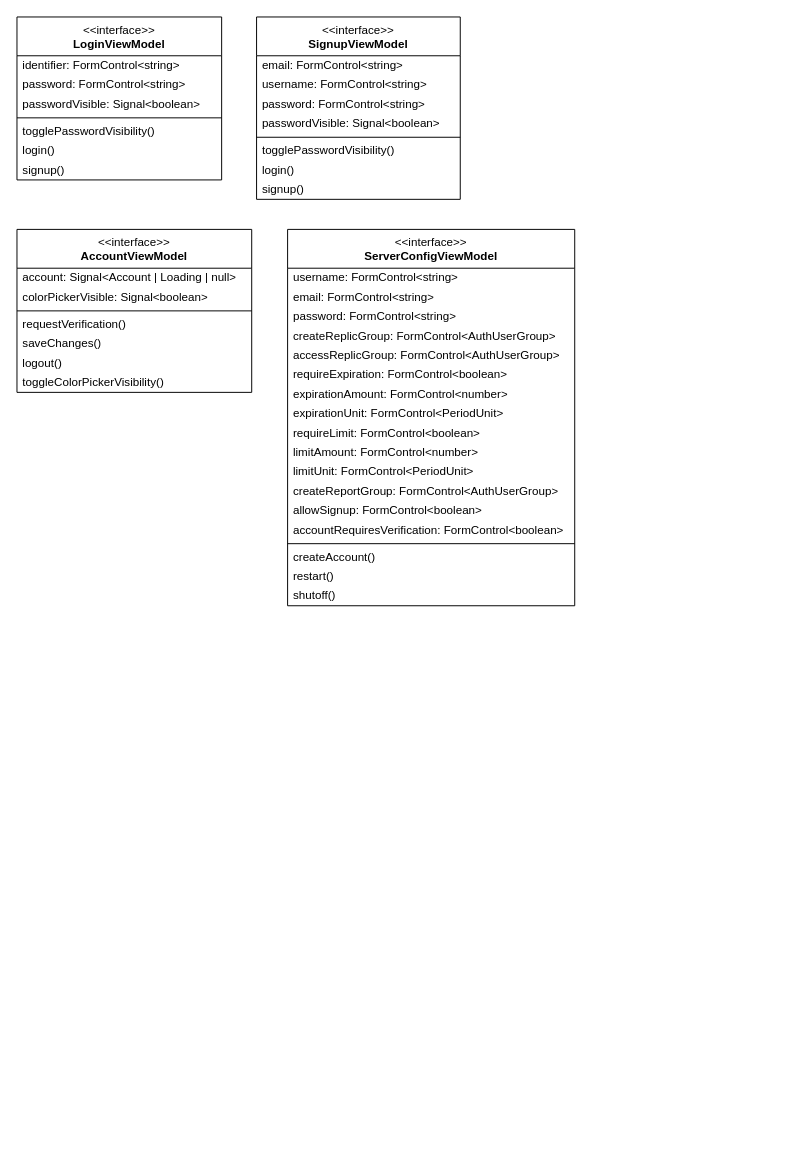
replic-read/design keeps this draw.io diagram as content/drawio/class/client/passive-viewmodel.drawio. Above is the earlier version. Source tidied: cells renumbered, new cells numbered last; positions are measured from the earlier drawing's top-left corner, leaving out a move shared by most shapes. Both pictures are drawn from the tidied source at 97%, with x=0, y=0 at pixel (16, 16).
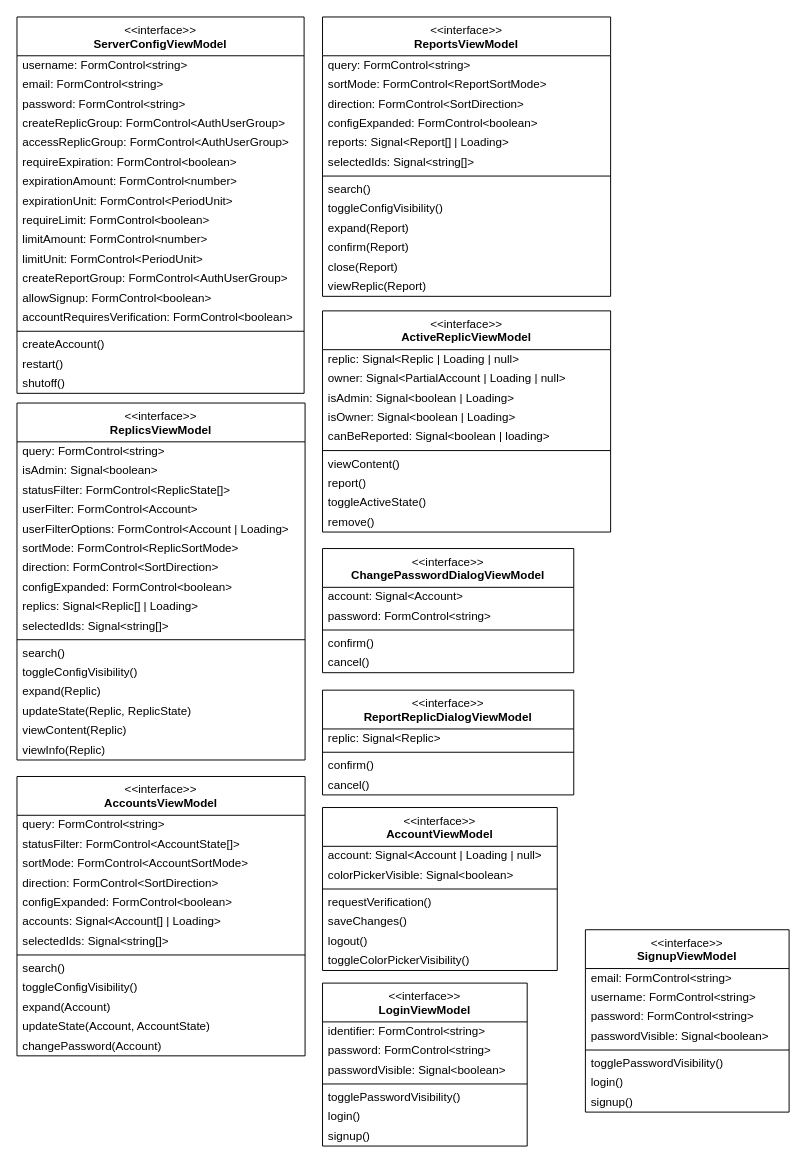
The same diagram, later.

Commit message (it also covers changes not shown here):
Added class-diagram for passive viewmodels and added paragraph for viewmodel interfaces

The edit, as a diff of the source:
```diff
@@
     <mxCell id="2" value="&amp;lt;&amp;lt;interface&amp;gt;&amp;gt;&lt;br&gt;&lt;b&gt;LoginViewModel&lt;/b&gt;" style="swimlane;fontStyle=0;align=center;verticalAlign=top;horizontal=1;startSize=40;html=1;whiteSpace=wrap;" parent="1" vertex="1">
-      <mxGeometry width="211" height="168" as="geometry" />
+      <mxGeometry x="315" y="996" width="211" height="168" as="geometry" />
     </mxCell>
@@
     <mxCell id="10" value="&amp;lt;&amp;lt;interface&amp;gt;&amp;gt;&lt;br&gt;&lt;b&gt;SignupViewModel&lt;/b&gt;" style="swimlane;fontStyle=0;align=center;verticalAlign=top;horizontal=1;startSize=40;html=1;whiteSpace=wrap;" parent="1" vertex="1">
-      <mxGeometry x="247" width="210" height="188" as="geometry" />
+      <mxGeometry x="586" y="941" width="210" height="188" as="geometry" />
     </mxCell>
@@
     <mxCell id="19" value="&amp;lt;&amp;lt;interface&amp;gt;&amp;gt;&lt;br&gt;&lt;b&gt;AccountViewModel&lt;/b&gt;" style="swimlane;fontStyle=0;align=center;verticalAlign=top;horizontal=1;startSize=40;html=1;whiteSpace=wrap;" parent="1" vertex="1">
-      <mxGeometry y="219" width="242" height="168" as="geometry" />
+      <mxGeometry x="315" y="815" width="242" height="168" as="geometry" />
     </mxCell>
@@
     <mxCell id="27" value="&amp;lt;&amp;lt;interface&amp;gt;&amp;gt;&lt;br&gt;&lt;b&gt;ServerConfigViewModel&lt;/b&gt;" style="swimlane;fontStyle=0;align=center;verticalAlign=top;horizontal=1;startSize=40;html=1;whiteSpace=wrap;" parent="1" vertex="1">
-      <mxGeometry x="279" y="219" width="296" height="388" as="geometry" />
+      <mxGeometry width="296" height="388" as="geometry" />
     </mxCell>
@@
+    <mxCell id="46" value="&amp;lt;&amp;lt;interface&amp;gt;&amp;gt;&lt;br&gt;&lt;b&gt;ReplicsViewModel&lt;/b&gt;" style="swimlane;fontStyle=0;align=center;verticalAlign=top;horizontal=1;startSize=40;html=1;whiteSpace=wrap;" parent="1" vertex="1">
+      <mxGeometry y="398" width="297" height="368" as="geometry" />
+    </mxCell>
+    <mxCell id="47" value="query: FormControl&amp;lt;string&amp;gt;" style="text;html=1;strokeColor=none;fillColor=none;align=left;verticalAlign=middle;spacingLeft=4;spacingRight=4;overflow=hidden;whiteSpace=wrap;" parent="46" vertex="1">
+      <mxGeometry y="40" width="297" height="20" as="geometry" />
+    </mxCell>
+    <mxCell id="48" value="isAdmin: Signal&amp;lt;boolean&amp;gt;" style="text;html=1;strokeColor=none;fillColor=none;align=left;verticalAlign=middle;spacingLeft=4;spacingRight=4;overflow=hidden;whiteSpace=wrap;" parent="46" vertex="1">
+      <mxGeometry y="60" width="297" height="20" as="geometry" />
+    </mxCell>
+    <mxCell id="49" value="statusFilter: FormControl&amp;lt;ReplicState[]&amp;gt;" style="text;html=1;strokeColor=none;fillColor=none;align=left;verticalAlign=middle;spacingLeft=4;spacingRight=4;overflow=hidden;whiteSpace=wrap;" parent="46" vertex="1">
+      <mxGeometry y="80" width="297" height="20" as="geometry" />
+    </mxCell>
+    <mxCell id="50" value="userFilter: FormControl&amp;lt;Account&amp;gt;" style="text;html=1;strokeColor=none;fillColor=none;align=left;verticalAlign=middle;spacingLeft=4;spacingRight=4;overflow=hidden;whiteSpace=wrap;" parent="46" vertex="1">
+      <mxGeometry y="100" width="297" height="20" as="geometry" />
+    </mxCell>
+    <mxCell id="51" value="userFilterOptions: FormControl&amp;lt;Account | Loading&amp;gt;" style="text;html=1;strokeColor=none;fillColor=none;align=left;verticalAlign=middle;spacingLeft=4;spacingRight=4;overflow=hidden;whiteSpace=wrap;" parent="46" vertex="1">
+      <mxGeometry y="120" width="297" height="20" as="geometry" />
+    </mxCell>
+    <mxCell id="52" value="sortMode: FormControl&amp;lt;ReplicSortMode&amp;gt;" style="text;html=1;strokeColor=none;fillColor=none;align=left;verticalAlign=middle;spacingLeft=4;spacingRight=4;overflow=hidden;whiteSpace=wrap;" parent="46" vertex="1">
+      <mxGeometry y="140" width="297" height="20" as="geometry" />
+    </mxCell>
+    <mxCell id="53" value="direction: FormControl&amp;lt;SortDirection&amp;gt;" style="text;html=1;strokeColor=none;fillColor=none;align=left;verticalAlign=middle;spacingLeft=4;spacingRight=4;overflow=hidden;whiteSpace=wrap;" parent="46" vertex="1">
+      <mxGeometry y="160" width="297" height="20" as="geometry" />
+    </mxCell>
+    <mxCell id="54" value="configExpanded: FormControl&amp;lt;boolean&amp;gt;" style="text;html=1;strokeColor=none;fillColor=none;align=left;verticalAlign=middle;spacingLeft=4;spacingRight=4;overflow=hidden;whiteSpace=wrap;" parent="46" vertex="1">
+      <mxGeometry y="180" width="297" height="20" as="geometry" />
+    </mxCell>
+    <mxCell id="55" value="replics: Signal&amp;lt;Replic[] | Loading&amp;gt;" style="text;html=1;strokeColor=none;fillColor=none;align=left;verticalAlign=middle;spacingLeft=4;spacingRight=4;overflow=hidden;whiteSpace=wrap;" parent="46" vertex="1">
+      <mxGeometry y="200" width="297" height="20" as="geometry" />
+    </mxCell>
+    <mxCell id="56" value="selectedIds: Signal&amp;lt;string[]&amp;gt;" style="text;html=1;strokeColor=none;fillColor=none;align=left;verticalAlign=middle;spacingLeft=4;spacingRight=4;overflow=hidden;whiteSpace=wrap;" parent="46" vertex="1">
+      <mxGeometry y="220" width="297" height="20" as="geometry" />
+    </mxCell>
+    <mxCell id="57" style="line;strokeWidth=1;fillColor=none;align=left;verticalAlign=middle;spacingTop=-1;spacingLeft=3;spacingRight=3;labelPosition=right;" parent="46" vertex="1">
+      <mxGeometry y="240" width="297" height="8" as="geometry" />
+    </mxCell>
+    <mxCell id="58" value="search()" style="text;html=1;strokeColor=none;fillColor=none;align=left;verticalAlign=middle;spacingLeft=4;spacingRight=4;overflow=hidden;whiteSpace=wrap;" parent="46" vertex="1">
+      <mxGeometry y="248" width="297" height="20" as="geometry" />
+    </mxCell>
+    <mxCell id="59" value="toggleConfigVisibility()" style="text;html=1;strokeColor=none;fillColor=none;align=left;verticalAlign=middle;spacingLeft=4;spacingRight=4;overflow=hidden;whiteSpace=wrap;" parent="46" vertex="1">
+      <mxGeometry y="268" width="297" height="20" as="geometry" />
+    </mxCell>
+    <mxCell id="60" value="expand(Replic)" style="text;html=1;strokeColor=none;fillColor=none;align=left;verticalAlign=middle;spacingLeft=4;spacingRight=4;overflow=hidden;whiteSpace=wrap;" parent="46" vertex="1">
+      <mxGeometry y="288" width="297" height="20" as="geometry" />
+    </mxCell>
+    <mxCell id="61" value="updateState(Replic, ReplicState)" style="text;html=1;strokeColor=none;fillColor=none;align=left;verticalAlign=middle;spacingLeft=4;spacingRight=4;overflow=hidden;whiteSpace=wrap;" parent="46" vertex="1">
+      <mxGeometry y="308" width="297" height="20" as="geometry" />
+    </mxCell>
+    <mxCell id="62" value="viewContent(Replic)" style="text;html=1;strokeColor=none;fillColor=none;align=left;verticalAlign=middle;spacingLeft=4;spacingRight=4;overflow=hidden;whiteSpace=wrap;" parent="46" vertex="1">
+      <mxGeometry y="328" width="297" height="20" as="geometry" />
+    </mxCell>
+    <mxCell id="63" value="viewInfo(Replic)" style="text;html=1;strokeColor=none;fillColor=none;align=left;verticalAlign=middle;spacingLeft=4;spacingRight=4;overflow=hidden;whiteSpace=wrap;" parent="46" vertex="1">
+      <mxGeometry y="348" width="297" height="20" as="geometry" />
+    </mxCell>
+    <mxCell id="64" value="&amp;lt;&amp;lt;interface&amp;gt;&amp;gt;&lt;br&gt;&lt;b&gt;AccountsViewModel&lt;/b&gt;" style="swimlane;fontStyle=0;align=center;verticalAlign=top;horizontal=1;startSize=40;html=1;whiteSpace=wrap;" parent="1" vertex="1">
+      <mxGeometry y="783" width="297" height="288" as="geometry" />
+    </mxCell>
+    <mxCell id="65" value="query: FormControl&amp;lt;string&amp;gt;" style="text;html=1;strokeColor=none;fillColor=none;align=left;verticalAlign=middle;spacingLeft=4;spacingRight=4;overflow=hidden;whiteSpace=wrap;" parent="64" vertex="1">
+      <mxGeometry y="40" width="297" height="20" as="geometry" />
+    </mxCell>
+    <mxCell id="66" value="statusFilter: FormControl&amp;lt;AccountState[]&amp;gt;" style="text;html=1;strokeColor=none;fillColor=none;align=left;verticalAlign=middle;spacingLeft=4;spacingRight=4;overflow=hidden;whiteSpace=wrap;" parent="64" vertex="1">
+      <mxGeometry y="60" width="297" height="20" as="geometry" />
+    </mxCell>
+    <mxCell id="67" value="sortMode: FormControl&amp;lt;AccountSortMode&amp;gt;" style="text;html=1;strokeColor=none;fillColor=none;align=left;verticalAlign=middle;spacingLeft=4;spacingRight=4;overflow=hidden;whiteSpace=wrap;" parent="64" vertex="1">
+      <mxGeometry y="80" width="297" height="20" as="geometry" />
+    </mxCell>
+    <mxCell id="68" value="direction: FormControl&amp;lt;SortDirection&amp;gt;" style="text;html=1;strokeColor=none;fillColor=none;align=left;verticalAlign=middle;spacingLeft=4;spacingRight=4;overflow=hidden;whiteSpace=wrap;" parent="64" vertex="1">
+      <mxGeometry y="100" width="297" height="20" as="geometry" />
+    </mxCell>
+    <mxCell id="69" value="configExpanded: FormControl&amp;lt;boolean&amp;gt;" style="text;html=1;strokeColor=none;fillColor=none;align=left;verticalAlign=middle;spacingLeft=4;spacingRight=4;overflow=hidden;whiteSpace=wrap;" parent="64" vertex="1">
+      <mxGeometry y="120" width="297" height="20" as="geometry" />
+    </mxCell>
+    <mxCell id="70" value="accounts: Signal&amp;lt;Account[] | Loading&amp;gt;" style="text;html=1;strokeColor=none;fillColor=none;align=left;verticalAlign=middle;spacingLeft=4;spacingRight=4;overflow=hidden;whiteSpace=wrap;" parent="64" vertex="1">
+      <mxGeometry y="140" width="297" height="20" as="geometry" />
+    </mxCell>
+    <mxCell id="71" value="selectedIds: Signal&amp;lt;string[]&amp;gt;" style="text;html=1;strokeColor=none;fillColor=none;align=left;verticalAlign=middle;spacingLeft=4;spacingRight=4;overflow=hidden;whiteSpace=wrap;" parent="64" vertex="1">
+      <mxGeometry y="160" width="297" height="20" as="geometry" />
+    </mxCell>
+    <mxCell id="72" style="line;strokeWidth=1;fillColor=none;align=left;verticalAlign=middle;spacingTop=-1;spacingLeft=3;spacingRight=3;labelPosition=right;" parent="64" vertex="1">
+      <mxGeometry y="180" width="297" height="8" as="geometry" />
+    </mxCell>
+    <mxCell id="73" value="search()" style="text;html=1;strokeColor=none;fillColor=none;align=left;verticalAlign=middle;spacingLeft=4;spacingRight=4;overflow=hidden;whiteSpace=wrap;" parent="64" vertex="1">
+      <mxGeometry y="188" width="297" height="20" as="geometry" />
+    </mxCell>
+    <mxCell id="74" value="toggleConfigVisibility()" style="text;html=1;strokeColor=none;fillColor=none;align=left;verticalAlign=middle;spacingLeft=4;spacingRight=4;overflow=hidden;whiteSpace=wrap;" parent="64" vertex="1">
+      <mxGeometry y="208" width="297" height="20" as="geometry" />
+    </mxCell>
+    <mxCell id="75" value="expand(Account)" style="text;html=1;strokeColor=none;fillColor=none;align=left;verticalAlign=middle;spacingLeft=4;spacingRight=4;overflow=hidden;whiteSpace=wrap;" parent="64" vertex="1">
+      <mxGeometry y="228" width="297" height="20" as="geometry" />
+    </mxCell>
+    <mxCell id="76" value="updateState(Account, AccountState)" style="text;html=1;strokeColor=none;fillColor=none;align=left;verticalAlign=middle;spacingLeft=4;spacingRight=4;overflow=hidden;whiteSpace=wrap;" parent="64" vertex="1">
+      <mxGeometry y="248" width="297" height="20" as="geometry" />
+    </mxCell>
+    <mxCell id="77" value="changePassword(Account)" style="text;html=1;strokeColor=none;fillColor=none;align=left;verticalAlign=middle;spacingLeft=4;spacingRight=4;overflow=hidden;whiteSpace=wrap;" parent="64" vertex="1">
+      <mxGeometry y="268" width="297" height="20" as="geometry" />
+    </mxCell>
+    <mxCell id="78" value="&amp;lt;&amp;lt;interface&amp;gt;&amp;gt;&lt;br&gt;&lt;b&gt;ReportsViewModel&lt;/b&gt;" style="swimlane;fontStyle=0;align=center;verticalAlign=top;horizontal=1;startSize=40;html=1;whiteSpace=wrap;" parent="1" vertex="1">
+      <mxGeometry x="315" width="297" height="288" as="geometry" />
+    </mxCell>
+    <mxCell id="79" value="query: FormControl&amp;lt;string&amp;gt;" style="text;html=1;strokeColor=none;fillColor=none;align=left;verticalAlign=middle;spacingLeft=4;spacingRight=4;overflow=hidden;whiteSpace=wrap;" parent="78" vertex="1">
+      <mxGeometry y="40" width="297" height="20" as="geometry" />
+    </mxCell>
+    <mxCell id="80" value="sortMode: FormControl&amp;lt;ReportSortMode&amp;gt;" style="text;html=1;strokeColor=none;fillColor=none;align=left;verticalAlign=middle;spacingLeft=4;spacingRight=4;overflow=hidden;whiteSpace=wrap;" parent="78" vertex="1">
+      <mxGeometry y="60" width="297" height="20" as="geometry" />
+    </mxCell>
+    <mxCell id="81" value="direction: FormControl&amp;lt;SortDirection&amp;gt;" style="text;html=1;strokeColor=none;fillColor=none;align=left;verticalAlign=middle;spacingLeft=4;spacingRight=4;overflow=hidden;whiteSpace=wrap;" parent="78" vertex="1">
+      <mxGeometry y="80" width="297" height="20" as="geometry" />
+    </mxCell>
+    <mxCell id="82" value="configExpanded: FormControl&amp;lt;boolean&amp;gt;" style="text;html=1;strokeColor=none;fillColor=none;align=left;verticalAlign=middle;spacingLeft=4;spacingRight=4;overflow=hidden;whiteSpace=wrap;" parent="78" vertex="1">
+      <mxGeometry y="100" width="297" height="20" as="geometry" />
+    </mxCell>
+    <mxCell id="83" value="reports: Signal&amp;lt;Report[] | Loading&amp;gt;" style="text;html=1;strokeColor=none;fillColor=none;align=left;verticalAlign=middle;spacingLeft=4;spacingRight=4;overflow=hidden;whiteSpace=wrap;" parent="78" vertex="1">
+      <mxGeometry y="120" width="297" height="20" as="geometry" />
+    </mxCell>
+    <mxCell id="84" value="selectedIds: Signal&amp;lt;string[]&amp;gt;" style="text;html=1;strokeColor=none;fillColor=none;align=left;verticalAlign=middle;spacingLeft=4;spacingRight=4;overflow=hidden;whiteSpace=wrap;" parent="78" vertex="1">
+      <mxGeometry y="140" width="297" height="20" as="geometry" />
+    </mxCell>
+    <mxCell id="85" style="line;strokeWidth=1;fillColor=none;align=left;verticalAlign=middle;spacingTop=-1;spacingLeft=3;spacingRight=3;labelPosition=right;" parent="78" vertex="1">
+      <mxGeometry y="160" width="297" height="8" as="geometry" />
+    </mxCell>
+    <mxCell id="86" value="search()" style="text;html=1;strokeColor=none;fillColor=none;align=left;verticalAlign=middle;spacingLeft=4;spacingRight=4;overflow=hidden;whiteSpace=wrap;" parent="78" vertex="1">
+      <mxGeometry y="168" width="297" height="20" as="geometry" />
+    </mxCell>
+    <mxCell id="87" value="toggleConfigVisibility()" style="text;html=1;strokeColor=none;fillColor=none;align=left;verticalAlign=middle;spacingLeft=4;spacingRight=4;overflow=hidden;whiteSpace=wrap;" parent="78" vertex="1">
+      <mxGeometry y="188" width="297" height="20" as="geometry" />
+    </mxCell>
+    <mxCell id="88" value="expand(Report)" style="text;html=1;strokeColor=none;fillColor=none;align=left;verticalAlign=middle;spacingLeft=4;spacingRight=4;overflow=hidden;whiteSpace=wrap;" parent="78" vertex="1">
+      <mxGeometry y="208" width="297" height="20" as="geometry" />
+    </mxCell>
+    <mxCell id="89" value="confirm(Report)" style="text;html=1;strokeColor=none;fillColor=none;align=left;verticalAlign=middle;spacingLeft=4;spacingRight=4;overflow=hidden;whiteSpace=wrap;" parent="78" vertex="1">
+      <mxGeometry y="228" width="297" height="20" as="geometry" />
+    </mxCell>
+    <mxCell id="90" value="close(Report)" style="text;html=1;strokeColor=none;fillColor=none;align=left;verticalAlign=middle;spacingLeft=4;spacingRight=4;overflow=hidden;whiteSpace=wrap;" parent="78" vertex="1">
+      <mxGeometry y="248" width="297" height="20" as="geometry" />
+    </mxCell>
+    <mxCell id="91" value="viewReplic(Report)" style="text;html=1;strokeColor=none;fillColor=none;align=left;verticalAlign=middle;spacingLeft=4;spacingRight=4;overflow=hidden;whiteSpace=wrap;" parent="78" vertex="1">
+      <mxGeometry y="268" width="297" height="20" as="geometry" />
+    </mxCell>
+    <mxCell id="92" value="&amp;lt;&amp;lt;interface&amp;gt;&amp;gt;&lt;br&gt;&lt;b&gt;ActiveReplicViewModel&lt;/b&gt;" style="swimlane;fontStyle=0;align=center;verticalAlign=top;horizontal=1;startSize=40;html=1;whiteSpace=wrap;" parent="1" vertex="1">
+      <mxGeometry x="315" y="303" width="297" height="228" as="geometry" />
+    </mxCell>
+    <mxCell id="93" value="replic: Signal&amp;lt;Replic | Loading | null&amp;gt;" style="text;html=1;strokeColor=none;fillColor=none;align=left;verticalAlign=middle;spacingLeft=4;spacingRight=4;overflow=hidden;whiteSpace=wrap;" parent="92" vertex="1">
+      <mxGeometry y="40" width="297" height="20" as="geometry" />
+    </mxCell>
+    <mxCell id="94" value="owner: Signal&amp;lt;PartialAccount | Loading | null&amp;gt;" style="text;html=1;strokeColor=none;fillColor=none;align=left;verticalAlign=middle;spacingLeft=4;spacingRight=4;overflow=hidden;whiteSpace=wrap;" parent="92" vertex="1">
+      <mxGeometry y="60" width="297" height="20" as="geometry" />
+    </mxCell>
+    <mxCell id="95" value="isAdmin: Signal&amp;lt;boolean | Loading&amp;gt;" style="text;html=1;strokeColor=none;fillColor=none;align=left;verticalAlign=middle;spacingLeft=4;spacingRight=4;overflow=hidden;whiteSpace=wrap;" parent="92" vertex="1">
+      <mxGeometry y="80" width="297" height="20" as="geometry" />
+    </mxCell>
+    <mxCell id="96" value="isOwner: Signal&amp;lt;boolean | Loading&amp;gt;" style="text;html=1;strokeColor=none;fillColor=none;align=left;verticalAlign=middle;spacingLeft=4;spacingRight=4;overflow=hidden;whiteSpace=wrap;" parent="92" vertex="1">
+      <mxGeometry y="100" width="297" height="20" as="geometry" />
+    </mxCell>
+    <mxCell id="97" value="canBeReported: Signal&amp;lt;boolean | loading&amp;gt;" style="text;html=1;strokeColor=none;fillColor=none;align=left;verticalAlign=middle;spacingLeft=4;spacingRight=4;overflow=hidden;whiteSpace=wrap;" parent="92" vertex="1">
+      <mxGeometry y="120" width="297" height="20" as="geometry" />
+    </mxCell>
+    <mxCell id="98" style="line;strokeWidth=1;fillColor=none;align=left;verticalAlign=middle;spacingTop=-1;spacingLeft=3;spacingRight=3;labelPosition=right;" parent="92" vertex="1">
+      <mxGeometry y="140" width="297" height="8" as="geometry" />
+    </mxCell>
+    <mxCell id="99" value="viewContent()" style="text;html=1;strokeColor=none;fillColor=none;align=left;verticalAlign=middle;spacingLeft=4;spacingRight=4;overflow=hidden;whiteSpace=wrap;" parent="92" vertex="1">
+      <mxGeometry y="148" width="297" height="20" as="geometry" />
+    </mxCell>
+    <mxCell id="100" value="report()" style="text;html=1;strokeColor=none;fillColor=none;align=left;verticalAlign=middle;spacingLeft=4;spacingRight=4;overflow=hidden;whiteSpace=wrap;" parent="92" vertex="1">
+      <mxGeometry y="168" width="297" height="20" as="geometry" />
+    </mxCell>
+    <mxCell id="101" value="toggleActiveState()" style="text;html=1;strokeColor=none;fillColor=none;align=left;verticalAlign=middle;spacingLeft=4;spacingRight=4;overflow=hidden;whiteSpace=wrap;" parent="92" vertex="1">
+      <mxGeometry y="188" width="297" height="20" as="geometry" />
+    </mxCell>
+    <mxCell id="102" value="remove()" style="text;html=1;strokeColor=none;fillColor=none;align=left;verticalAlign=middle;spacingLeft=4;spacingRight=4;overflow=hidden;whiteSpace=wrap;" parent="92" vertex="1">
+      <mxGeometry y="208" width="297" height="20" as="geometry" />
+    </mxCell>
+    <mxCell id="103" value="&amp;lt;&amp;lt;interface&amp;gt;&amp;gt;&lt;br&gt;&lt;b&gt;ChangePasswordDialogViewModel&lt;/b&gt;" style="swimlane;fontStyle=0;align=center;verticalAlign=top;horizontal=1;startSize=40;html=1;whiteSpace=wrap;" parent="1" vertex="1">
+      <mxGeometry x="315" y="548" width="259" height="128" as="geometry" />
+    </mxCell>
+    <mxCell id="104" value="account: Signal&amp;lt;Account&amp;gt;" style="text;html=1;strokeColor=none;fillColor=none;align=left;verticalAlign=middle;spacingLeft=4;spacingRight=4;overflow=hidden;whiteSpace=wrap;" parent="103" vertex="1">
+      <mxGeometry y="40" width="259" height="20" as="geometry" />
+    </mxCell>
+    <mxCell id="105" value="password: FormControl&amp;lt;string&amp;gt;" style="text;html=1;strokeColor=none;fillColor=none;align=left;verticalAlign=middle;spacingLeft=4;spacingRight=4;overflow=hidden;whiteSpace=wrap;" parent="103" vertex="1">
+      <mxGeometry y="60" width="259" height="20" as="geometry" />
+    </mxCell>
+    <mxCell id="106" style="line;strokeWidth=1;fillColor=none;align=left;verticalAlign=middle;spacingTop=-1;spacingLeft=3;spacingRight=3;labelPosition=right;" parent="103" vertex="1">
+      <mxGeometry y="80" width="259" height="8" as="geometry" />
+    </mxCell>
+    <mxCell id="107" value="confirm()" style="text;html=1;strokeColor=none;fillColor=none;align=left;verticalAlign=middle;spacingLeft=4;spacingRight=4;overflow=hidden;whiteSpace=wrap;" parent="103" vertex="1">
+      <mxGeometry y="88" width="259" height="20" as="geometry" />
+    </mxCell>
+    <mxCell id="108" value="cancel()" style="text;html=1;strokeColor=none;fillColor=none;align=left;verticalAlign=middle;spacingLeft=4;spacingRight=4;overflow=hidden;whiteSpace=wrap;" parent="103" vertex="1">
+      <mxGeometry y="108" width="259" height="20" as="geometry" />
+    </mxCell>
+    <mxCell id="109" value="&amp;lt;&amp;lt;interface&amp;gt;&amp;gt;&lt;br&gt;&lt;b&gt;ReportReplicDialogViewModel&lt;/b&gt;" style="swimlane;fontStyle=0;align=center;verticalAlign=top;horizontal=1;startSize=40;html=1;whiteSpace=wrap;" parent="1" vertex="1">
+      <mxGeometry x="315" y="694" width="259" height="108" as="geometry" />
+    </mxCell>
+    <mxCell id="110" value="replic: Signal&amp;lt;Replic&amp;gt;" style="text;html=1;strokeColor=none;fillColor=none;align=left;verticalAlign=middle;spacingLeft=4;spacingRight=4;overflow=hidden;whiteSpace=wrap;" parent="109" vertex="1">
+      <mxGeometry y="40" width="259" height="20" as="geometry" />
+    </mxCell>
+    <mxCell id="111" style="line;strokeWidth=1;fillColor=none;align=left;verticalAlign=middle;spacingTop=-1;spacingLeft=3;spacingRight=3;labelPosition=right;" parent="109" vertex="1">
+      <mxGeometry y="60" width="259" height="8" as="geometry" />
+    </mxCell>
+    <mxCell id="112" value="confirm()" style="text;html=1;strokeColor=none;fillColor=none;align=left;verticalAlign=middle;spacingLeft=4;spacingRight=4;overflow=hidden;whiteSpace=wrap;" parent="109" vertex="1">
+      <mxGeometry y="68" width="259" height="20" as="geometry" />
+    </mxCell>
+    <mxCell id="113" value="cancel()" style="text;html=1;strokeColor=none;fillColor=none;align=left;verticalAlign=middle;spacingLeft=4;spacingRight=4;overflow=hidden;whiteSpace=wrap;" parent="109" vertex="1">
+      <mxGeometry y="88" width="259" height="20" as="geometry" />
+    </mxCell>
```
